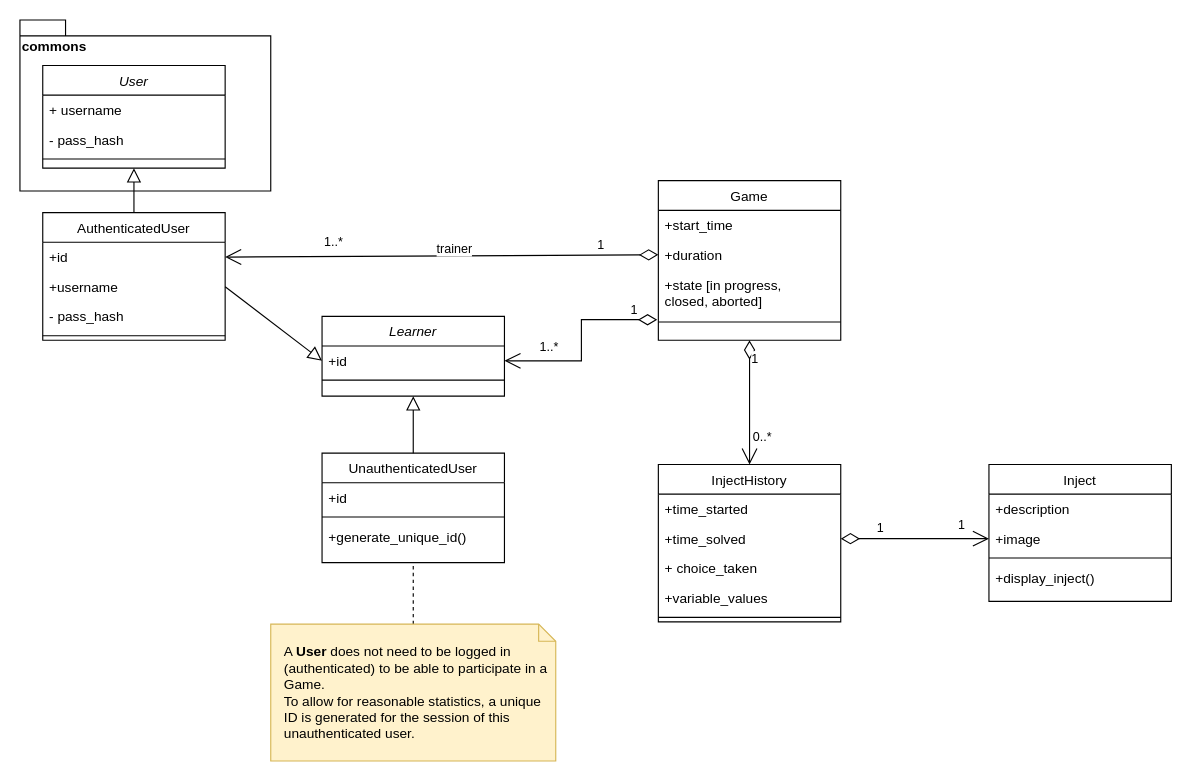
Earlier version of the draw.io diagram page "Game_Participation" (3 of 5) of artefacts/concept-1.0/diagrams/class diagram.drawio (Elias-Ladenburger/CSEP). Source tidied: cells renumbered, new cells numbered last; positions are measured from the earlier drawing's top-left corner, leaving out a move shared by most shapes. Both pictures are drawn from the tidied source at 114%, with x=0, y=0 at pixel (19, 19).
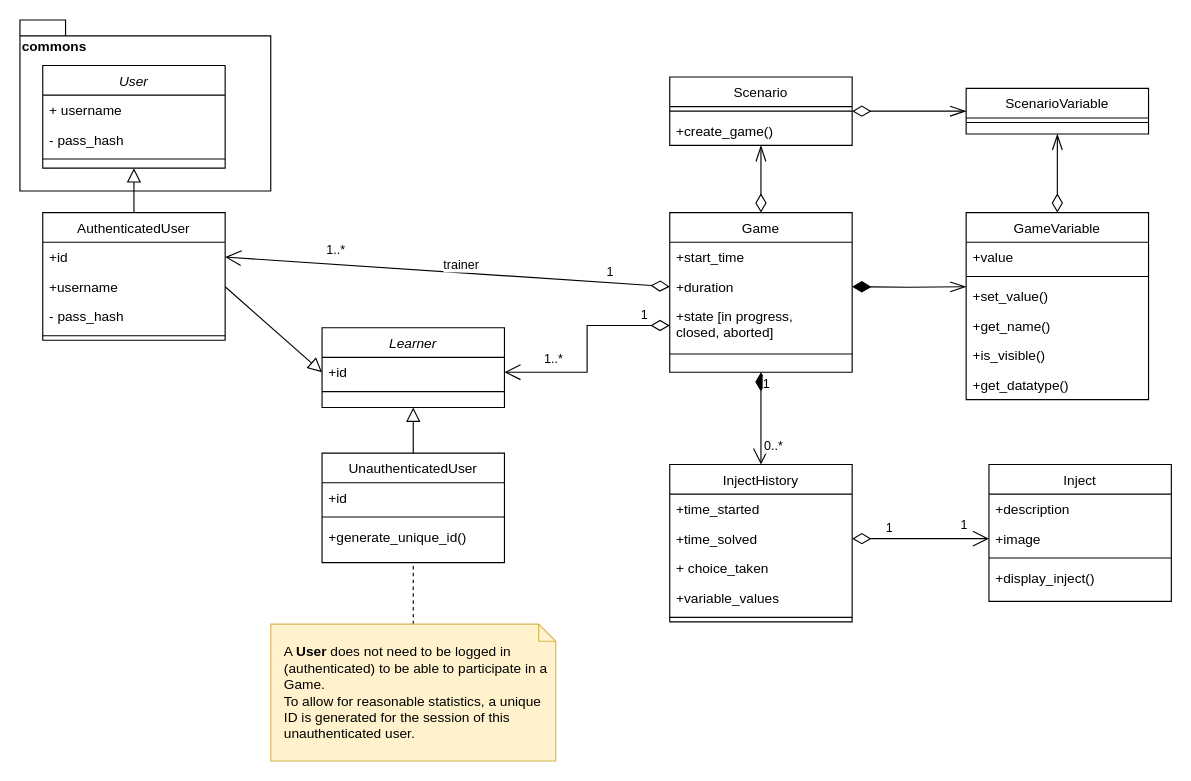
After the change.

The change refers to these unchanged cells:
```xml
<mxCell id="8" value="+id" style="text;align=left;verticalAlign=top;spacingLeft=4;spacingRight=4;overflow=hidden;points=[[0,0.5],[1,0.5]];portConstraint=eastwest;" parent="7" vertex="1">
  <mxGeometry y="26" width="160" height="26" as="geometry" />
</mxCell>
```

Change to the diagram source:
```diff
@@
-    <mxCell id="2" value="Game" style="swimlane;fontStyle=0;align=center;verticalAlign=top;horizontal=1;startSize=26;rounded=0;shadow=0;strokeWidth=1;" parent="1" vertex="1">
-      <mxGeometry x="560" y="141" width="160" height="140" as="geometry" />
+    <mxCell id="2" value="GameVariable" style="swimlane;fontStyle=0;align=center;verticalAlign=top;horizontal=1;startSize=26;rounded=0;shadow=0;strokeWidth=1;" parent="1" vertex="1">
+      <mxGeometry x="830" y="169" width="160" height="164" as="geometry" />
     </mxCell>
-    <mxCell id="3" value="+start_time" style="text;align=left;verticalAlign=top;spacingLeft=4;spacingRight=4;overflow=hidden;" parent="2" vertex="1">
+    <mxCell id="3" value="+value" style="text;align=left;verticalAlign=top;spacingLeft=4;spacingRight=4;overflow=hidden;" parent="2" vertex="1">
       <mxGeometry y="26" width="160" height="26" as="geometry" />
     </mxCell>
-    <mxCell id="4" value="+duration" style="text;align=left;verticalAlign=top;spacingLeft=4;spacingRight=4;overflow=hidden;points=[[0,0.5],[1,0.5]];portConstraint=eastwest;rounded=0;shadow=0;html=0;" parent="2" vertex="1">
-      <mxGeometry y="52" width="160" height="26" as="geometry" />
-    </mxCell>
-    <mxCell id="5" value="+state [in progress, &#10;closed, aborted]" style="text;align=left;verticalAlign=top;spacingLeft=4;spacingRight=4;overflow=hidden;points=[[0,0.5],[1,0.5]];portConstraint=eastwest;rounded=0;shadow=0;html=0;" parent="2" vertex="1">
-      <mxGeometry y="78" width="160" height="42" as="geometry" />
-    </mxCell>
     <mxCell id="6" style="line;html=1;strokeWidth=1;align=left;verticalAlign=middle;spacingTop=-1;spacingLeft=3;spacingRight=3;labelPosition=right;" parent="2" vertex="1">
-      <mxGeometry y="120" width="160" height="8" as="geometry" />
+      <mxGeometry y="52" width="160" height="8" as="geometry" />
     </mxCell>
+    <mxCell id="49" value="+set_value()" style="text;align=left;verticalAlign=top;spacingLeft=4;spacingRight=4;overflow=hidden;" parent="2" vertex="1">
+      <mxGeometry y="60" width="160" height="26" as="geometry" />
+    </mxCell>
+    <mxCell id="50" value="+get_name()" style="text;align=left;verticalAlign=top;spacingLeft=4;spacingRight=4;overflow=hidden;" parent="2" vertex="1">
+      <mxGeometry y="86" width="160" height="26" as="geometry" />
+    </mxCell>
+    <mxCell id="51" value="+is_visible()" style="text;align=left;verticalAlign=top;spacingLeft=4;spacingRight=4;overflow=hidden;" parent="2" vertex="1">
+      <mxGeometry y="112" width="160" height="26" as="geometry" />
+    </mxCell>
+    <mxCell id="52" value="+get_datatype()" style="text;align=left;verticalAlign=top;spacingLeft=4;spacingRight=4;overflow=hidden;" parent="2" vertex="1">
+      <mxGeometry y="138" width="160" height="26" as="geometry" />
+    </mxCell>
     <mxCell id="7" value="Learner" style="swimlane;fontStyle=2;align=center;verticalAlign=top;horizontal=1;startSize=26;rounded=0;shadow=0;strokeWidth=1;" parent="1" vertex="1">
-      <mxGeometry x="265" y="260" width="160" height="70" as="geometry" />
+      <mxGeometry x="265" y="270" width="160" height="70" as="geometry" />
     </mxCell>
@@
     <mxCell id="10" value="InjectHistory" style="swimlane;fontStyle=0;align=center;verticalAlign=top;horizontal=1;startSize=26;rounded=0;shadow=0;strokeWidth=1;" parent="1" vertex="1">
-      <mxGeometry x="560" y="390" width="160" height="138" as="geometry" />
+      <mxGeometry x="570" y="390" width="160" height="138" as="geometry" />
     </mxCell>
@@
-    <mxCell id="16" value="1" style="endArrow=open;html=1;endSize=12;startArrow=diamondThin;startSize=14;startFill=0;align=left;verticalAlign=bottom;entryX=0.5;entryY=0;entryDx=0;entryDy=0;rounded=0;exitX=0.5;exitY=1;exitDx=0;exitDy=0;edgeStyle=orthogonalEdgeStyle;" parent="1" edge="1" source="2" target="10">
+    <mxCell id="16" value="1" style="endArrow=open;html=1;endSize=12;startArrow=diamondThin;startSize=14;startFill=1;align=left;verticalAlign=bottom;entryX=0.5;entryY=0;entryDx=0;entryDy=0;rounded=0;exitX=0.5;exitY=1;exitDx=0;exitDy=0;edgeStyle=orthogonalEdgeStyle;" parent="1" edge="1" source="53" target="10">
       <mxGeometry x="-0.54" relative="1" as="geometry" />
     </mxCell>
@@
-    <mxCell id="18" value="1" style="endArrow=open;html=1;endSize=12;startArrow=diamondThin;startSize=14;startFill=0;align=left;verticalAlign=bottom;entryX=1;entryY=0.5;entryDx=0;entryDy=0;rounded=0;exitX=-0.006;exitY=1.046;exitDx=0;exitDy=0;edgeStyle=orthogonalEdgeStyle;exitPerimeter=0;" parent="1" edge="1" source="5" target="8">
+    <mxCell id="18" value="1" style="endArrow=open;html=1;endSize=12;startArrow=diamondThin;startSize=14;startFill=0;align=left;verticalAlign=bottom;entryX=1;entryY=0.5;entryDx=0;entryDy=0;rounded=0;exitX=0;exitY=0.5;exitDx=0;exitDy=0;edgeStyle=orthogonalEdgeStyle;" parent="1" edge="1" source="5" target="8">
       <mxGeometry x="-0.71" relative="1" as="geometry" />
     </mxCell>
@@
+    <mxCell id="53" value="Game" style="swimlane;fontStyle=0;align=center;verticalAlign=top;horizontal=1;startSize=26;rounded=0;shadow=0;strokeWidth=1;" parent="1" vertex="1">
+      <mxGeometry x="570" y="169" width="160" height="140" as="geometry" />
+    </mxCell>
+    <mxCell id="54" value="+start_time" style="text;align=left;verticalAlign=top;spacingLeft=4;spacingRight=4;overflow=hidden;" parent="53" vertex="1">
+      <mxGeometry y="26" width="160" height="26" as="geometry" />
+    </mxCell>
+    <mxCell id="4" value="+duration" style="text;align=left;verticalAlign=top;spacingLeft=4;spacingRight=4;overflow=hidden;points=[[0,0.5],[1,0.5]];portConstraint=eastwest;rounded=0;shadow=0;html=0;" parent="53" vertex="1">
+      <mxGeometry y="52" width="160" height="26" as="geometry" />
+    </mxCell>
+    <mxCell id="5" value="+state [in progress, &#10;closed, aborted]" style="text;align=left;verticalAlign=top;spacingLeft=4;spacingRight=4;overflow=hidden;points=[[0,0.5],[1,0.5]];portConstraint=eastwest;rounded=0;shadow=0;html=0;" parent="53" vertex="1">
+      <mxGeometry y="78" width="160" height="42" as="geometry" />
+    </mxCell>
+    <mxCell id="55" style="line;html=1;strokeWidth=1;align=left;verticalAlign=middle;spacingTop=-1;spacingLeft=3;spacingRight=3;labelPosition=right;" parent="53" vertex="1">
+      <mxGeometry y="120" width="160" height="8" as="geometry" />
+    </mxCell>
+    <mxCell id="56" style="edgeStyle=orthogonalEdgeStyle;rounded=0;jettySize=auto;html=1;exitX=0.5;exitY=1;exitDx=0;exitDy=0;entryX=0.5;entryY=0;entryDx=0;entryDy=0;startArrow=openThin;startFill=0;endArrow=diamondThin;endFill=0;endSize=14;startSize=12;" parent="1" edge="1" source="60" target="53">
+      <mxGeometry relative="1" as="geometry" />
+    </mxCell>
+    <mxCell id="57" value="ScenarioVariable" style="swimlane;fontStyle=0;align=center;verticalAlign=top;horizontal=1;startSize=26;rounded=0;shadow=0;strokeWidth=1;" parent="1" vertex="1">
+      <mxGeometry x="830" y="60" width="160" height="40" as="geometry" />
+    </mxCell>
+    <mxCell id="58" style="line;html=1;strokeWidth=1;align=left;verticalAlign=middle;spacingTop=-1;spacingLeft=3;spacingRight=3;labelPosition=right;" parent="57" vertex="1">
+      <mxGeometry y="26" width="160" height="8" as="geometry" />
+    </mxCell>
+    <mxCell id="59" style="edgeStyle=orthogonalEdgeStyle;rounded=0;jettySize=auto;html=1;exitX=0;exitY=0.5;exitDx=0;exitDy=0;startArrow=openThin;startFill=0;endArrow=diamondThin;endFill=1;endSize=14;startSize=12;entryX=1;entryY=0.5;entryDx=0;entryDy=0;" parent="1" edge="1" target="4">
+      <mxGeometry relative="1" as="geometry">
+        <mxPoint x="830" y="234" as="sourcePoint" />
+      </mxGeometry>
+    </mxCell>
+    <mxCell id="60" value="Scenario" style="swimlane;fontStyle=0;align=center;verticalAlign=top;horizontal=1;startSize=26;rounded=0;shadow=0;strokeWidth=1;" parent="1" vertex="1">
+      <mxGeometry x="570" y="50" width="160" height="60" as="geometry" />
+    </mxCell>
+    <mxCell id="61" style="line;html=1;strokeWidth=1;align=left;verticalAlign=middle;spacingTop=-1;spacingLeft=3;spacingRight=3;labelPosition=right;" parent="60" vertex="1">
+      <mxGeometry y="26" width="160" height="8" as="geometry" />
+    </mxCell>
+    <mxCell id="62" value="+create_game()" style="text;align=left;verticalAlign=top;spacingLeft=4;spacingRight=4;overflow=hidden;" parent="60" vertex="1">
+      <mxGeometry y="34" width="160" height="26" as="geometry" />
+    </mxCell>
+    <mxCell id="63" style="edgeStyle=orthogonalEdgeStyle;rounded=0;jettySize=auto;html=1;exitX=0.5;exitY=1;exitDx=0;exitDy=0;startArrow=openThin;startFill=0;endArrow=diamondThin;endFill=0;endSize=14;startSize=12;" parent="1" edge="1" source="57" target="2">
+      <mxGeometry relative="1" as="geometry" />
+    </mxCell>
+    <mxCell id="64" style="edgeStyle=orthogonalEdgeStyle;rounded=0;jettySize=auto;html=1;exitX=0;exitY=0.5;exitDx=0;exitDy=0;entryX=1;entryY=0.5;entryDx=0;entryDy=0;startArrow=openThin;startFill=0;endArrow=diamondThin;endFill=0;endSize=14;startSize=12;" parent="1" edge="1" source="57" target="60">
+      <mxGeometry relative="1" as="geometry" />
+    </mxCell>
```
